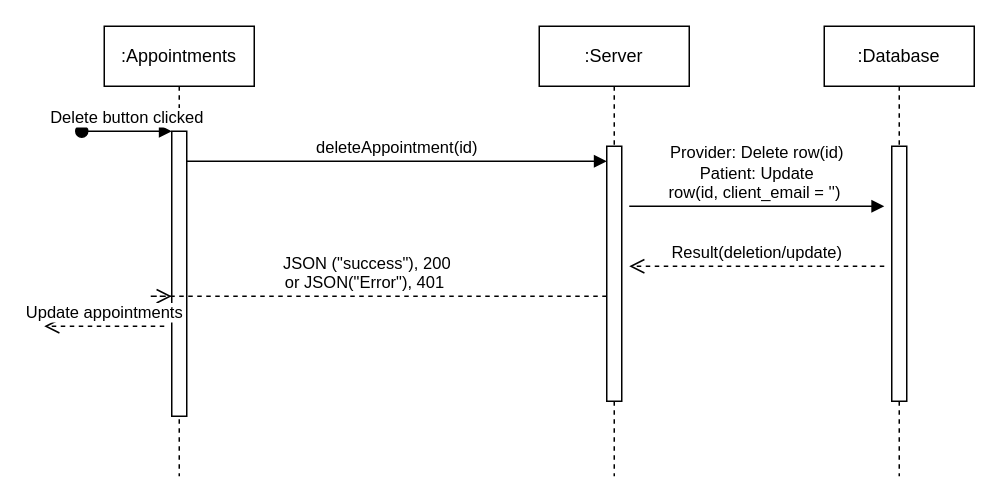
Before: EditAppointmentDiagram.drawio in azukailonzo/azukailonzo, a draw.io diagram. Source tidied: cells renumbered, new cells numbered last; positions are measured from the earlier drawing's top-left corner, leaving out a move shared by most shapes. Both pictures are drawn from the tidied source at 150%, with x=0, y=0 at pixel (44, 26).
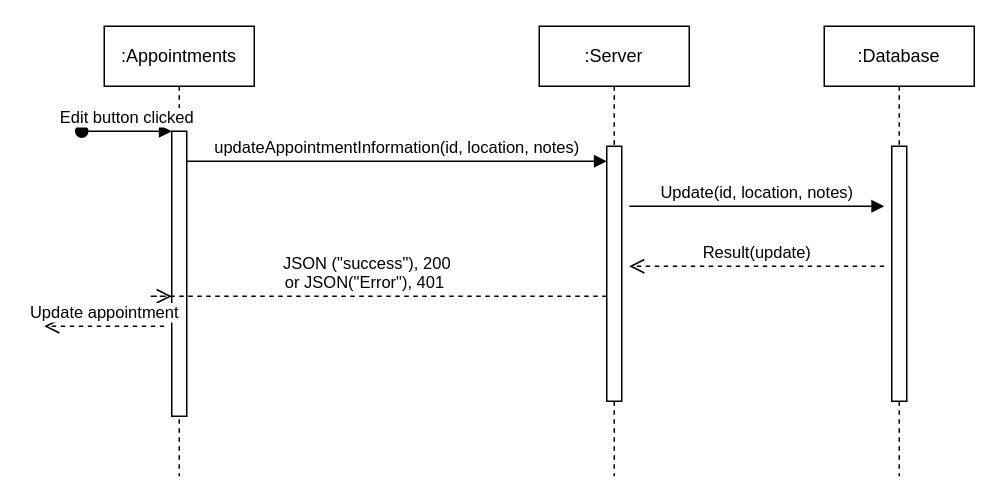
Above is the later version.

The change refers to these unchanged cells:
```xml
<mxCell id="2" value=":Appointments" style="shape=umlLifeline;perimeter=lifelinePerimeter;whiteSpace=wrap;html=1;newEdgeStyle={&quot;edgeStyle&quot;:&quot;elbowEdgeStyle&quot;,&quot;elbow&quot;:&quot;vertical&quot;,&quot;curved&quot;:0,&quot;rounded&quot;:0};" parent="1" vertex="1">
  <mxGeometry x="40" width="100" height="300" as="geometry" />
</mxCell>
<mxCell id="3" style="html=1;points=[];perimeter=orthogonalPerimeter;outlineConnect=0;targetShapes=umlLifeline;portConstraint=eastwest;newEdgeStyle={&quot;edgeStyle&quot;:&quot;elbowEdgeStyle&quot;,&quot;elbow&quot;:&quot;vertical&quot;,&quot;curved&quot;:0,&quot;rounded&quot;:0};" parent="2" vertex="1">
  <mxGeometry x="45" y="70" width="10" height="190" as="geometry" />
</mxCell>
<mxCell id="6" style="html=1;points=[];perimeter=orthogonalPerimeter;outlineConnect=0;targetShapes=umlLifeline;portConstraint=eastwest;newEdgeStyle={&quot;edgeStyle&quot;:&quot;elbowEdgeStyle&quot;,&quot;elbow&quot;:&quot;vertical&quot;,&quot;curved&quot;:0,&quot;rounded&quot;:0};" parent="5" vertex="1">
  <mxGeometry x="45" y="80" width="10" height="170" as="geometry" />
</mxCell>
```

The edit, as a diff of the source:
```diff
@@
-    <mxCell id="4" value="Delete button clicked" style="html=1;verticalAlign=bottom;startArrow=oval;endArrow=block;startSize=8;edgeStyle=elbowEdgeStyle;elbow=vertical;curved=0;rounded=0;" parent="2" edge="1" target="3">
+    <mxCell id="4" value="Edit button clicked" style="html=1;verticalAlign=bottom;startArrow=oval;endArrow=block;startSize=8;edgeStyle=elbowEdgeStyle;elbow=vertical;curved=0;rounded=0;" parent="2" edge="1" target="3">
       <mxGeometry relative="1" as="geometry">
         <mxPoint x="-15" y="70" as="sourcePoint" />
       </mxGeometry>
     </mxCell>
@@
-    <mxCell id="7" value="deleteAppointment(id)" style="html=1;verticalAlign=bottom;endArrow=block;edgeStyle=elbowEdgeStyle;elbow=vertical;curved=0;rounded=0;" parent="1" edge="1" source="3" target="6">
+    <mxCell id="7" value="updateAppointmentInformation(id, location, notes)" style="html=1;verticalAlign=bottom;endArrow=block;edgeStyle=elbowEdgeStyle;elbow=vertical;curved=0;rounded=0;" parent="1" edge="1" source="3" target="6">
       <mxGeometry relative="1" as="geometry">
         <Array as="points">
           <mxPoint x="120" y="90" />
           <mxPoint x="60" y="120" />
           <mxPoint x="80" y="80" />
         </Array>
       </mxGeometry>
     </mxCell>
@@
-    <mxCell id="11" value="&lt;font style=&quot;font-size: 11px;&quot;&gt;Provider: Delete row(id)&lt;br&gt;Patient: Update &lt;br&gt;row(id, client_email = '')&amp;nbsp;&lt;/font&gt;" style="html=1;verticalAlign=bottom;endArrow=block;edgeStyle=elbowEdgeStyle;elbow=vertical;curved=0;rounded=0;" parent="1" edge="1">
+    <mxCell id="11" value="Update(id, location, notes)" style="html=1;verticalAlign=bottom;endArrow=block;edgeStyle=elbowEdgeStyle;elbow=vertical;curved=0;rounded=0;" parent="1" edge="1">
       <mxGeometry relative="1" as="geometry">
         <mxPoint x="390" y="120" as="sourcePoint" />
         <mxPoint x="560" y="120" as="targetPoint" />
         <Array as="points">
           <mxPoint x="455" y="120" />
           <mxPoint x="475" y="80" />
         </Array>
       </mxGeometry>
     </mxCell>
-    <mxCell id="12" value="Result(deletion/update)" style="html=1;verticalAlign=bottom;endArrow=open;dashed=1;endSize=8;edgeStyle=elbowEdgeStyle;elbow=vertical;curved=0;rounded=0;" parent="1" edge="1">
+    <mxCell id="12" value="Result(update)" style="html=1;verticalAlign=bottom;endArrow=open;dashed=1;endSize=8;edgeStyle=elbowEdgeStyle;elbow=vertical;curved=0;rounded=0;" parent="1" edge="1">
       <mxGeometry relative="1" as="geometry">
         <mxPoint x="560" y="160" as="sourcePoint" />
         <mxPoint x="390" y="160" as="targetPoint" />
         <Array as="points">
           <mxPoint x="465" y="160" />
           <mxPoint x="485" y="220" />
         </Array>
       </mxGeometry>
     </mxCell>
-    <mxCell id="13" value="Update appointments" style="html=1;verticalAlign=bottom;endArrow=open;dashed=1;endSize=8;edgeStyle=elbowEdgeStyle;elbow=vertical;curved=0;rounded=0;" parent="1" edge="1">
+    <mxCell id="13" value="Update appointment" style="html=1;verticalAlign=bottom;endArrow=open;dashed=1;endSize=8;edgeStyle=elbowEdgeStyle;elbow=vertical;curved=0;rounded=0;" parent="1" edge="1">
       <mxGeometry relative="1" as="geometry">
         <mxPoint x="80" y="200" as="sourcePoint" />
         <mxPoint y="200" as="targetPoint" />
       </mxGeometry>
     </mxCell>
```
